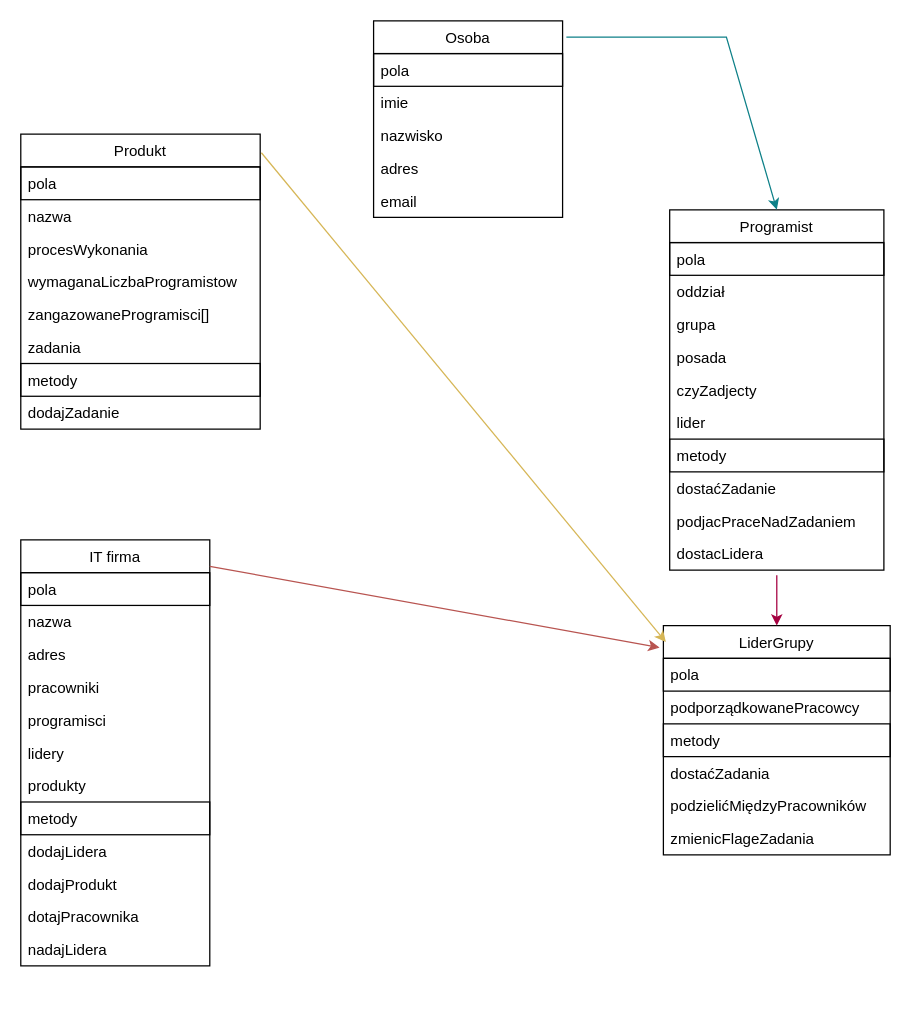
Above: project/projectEdited.drawio in HoutarouM/2pM (draw.io), before the change. Source tidied: cells renumbered, new cells numbered last; positions are measured from the earlier drawing's top-left corner, leaving out a move shared by most shapes. Both pictures are drawn from the tidied source at 126%, with x=0, y=0 at pixel (20, 20).
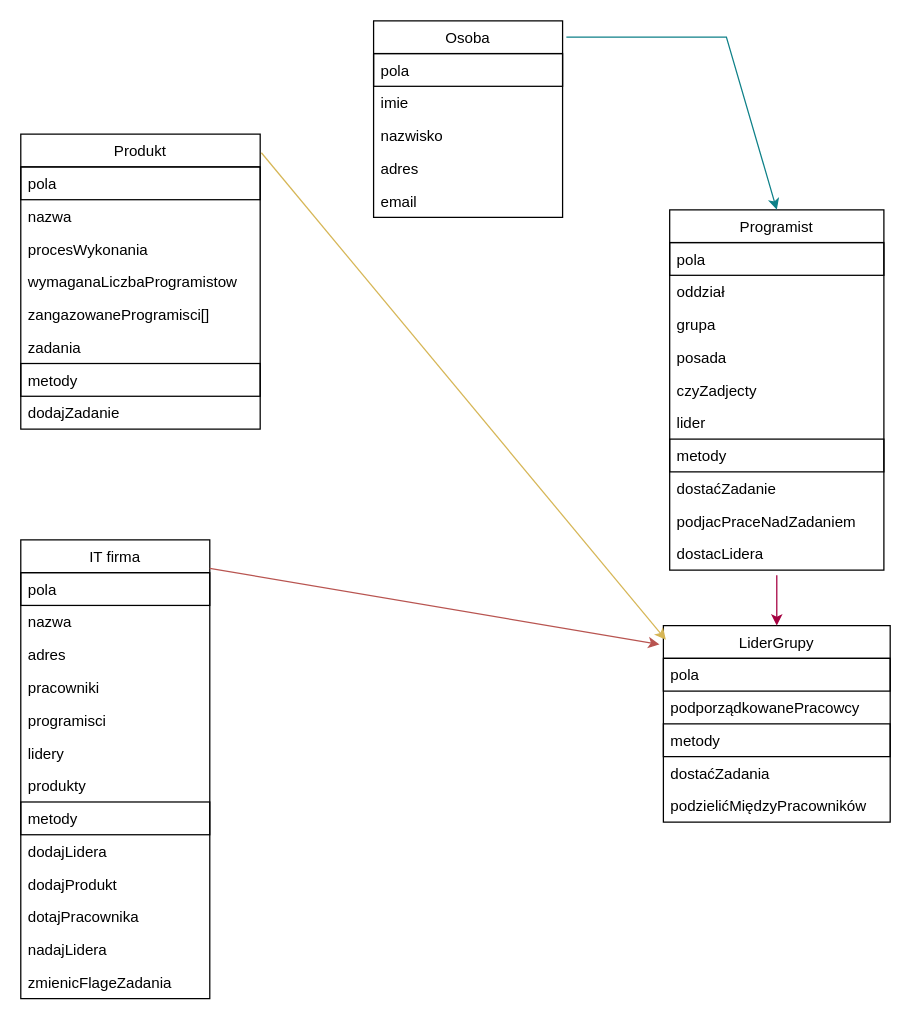
After the change.

Change to the diagram source:
```diff
@@
     <mxCell id="2" value="IT firma" style="swimlane;fontStyle=0;horizontal=1;startSize=26;fillColor=none;" parent="1" vertex="1">
-      <mxGeometry y="412" width="150" height="338" as="geometry" />
+      <mxGeometry y="412" width="150" height="364" as="geometry" />
     </mxCell>
@@
+    <mxCell id="39" value="zmienicFlageZadania" style="text;strokeColor=none;fillColor=none;align=left;verticalAlign=top;spacingLeft=4;spacingRight=4;overflow=hidden;" parent="2" vertex="1">
+      <mxGeometry y="338" width="150" height="26" as="geometry" />
+    </mxCell>
@@
     <mxCell id="33" value="LiderGrupy" style="swimlane;fontStyle=0;horizontal=1;startSize=26;fillColor=none;" parent="1" vertex="1">
-      <mxGeometry x="510" y="480" width="180" height="182" as="geometry" />
+      <mxGeometry x="510" y="480" width="180" height="156" as="geometry" />
     </mxCell>
@@
-    <mxCell id="39" value="zmienicFlageZadania" style="text;strokeColor=none;fillColor=none;align=left;verticalAlign=top;spacingLeft=4;spacingRight=4;overflow=hidden;" parent="33" vertex="1">
-      <mxGeometry y="156" width="180" height="26" as="geometry" />
-    </mxCell>
```
